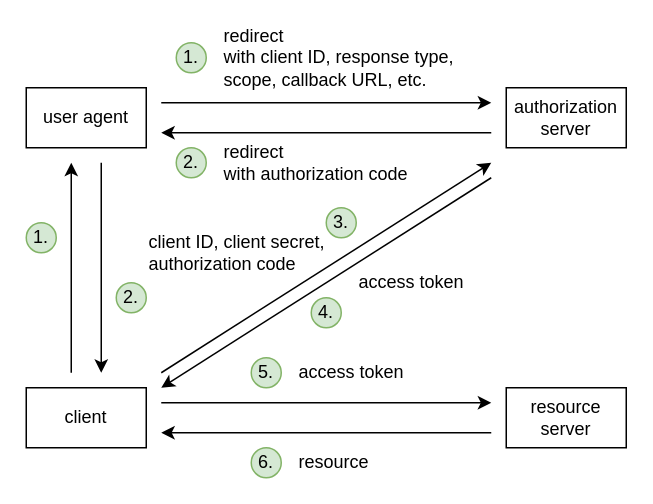
The draw.io diagram The Web/static/oauthacf.drawio in sistembeyimiz-001/code-web, before the edit. Source tidied: cells renumbered, new cells numbered last; positions are measured from the earlier drawing's top-left corner, leaving out a move shared by most shapes. Both pictures are drawn from the tidied source at 150%, with x=0, y=0 at pixel (26, 27).
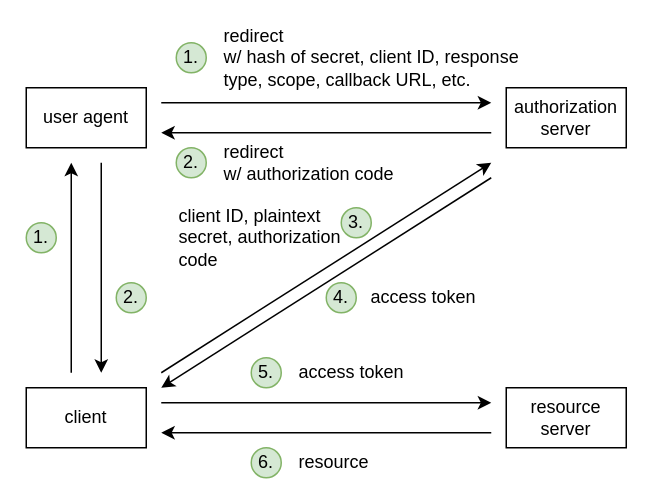
The same page after the edit.

What changed in the source:
```diff
@@
-    <mxCell id="10" value="redirect&lt;br&gt;with client ID, response type, scope, callback URL, etc." style="text;html=1;strokeColor=none;fillColor=none;align=left;verticalAlign=middle;whiteSpace=wrap;rounded=0;" parent="1" vertex="1">
-      <mxGeometry x="130" width="165" height="40" as="geometry" />
+    <mxCell id="10" value="redirect&lt;br&gt;w/ hash of secret, client ID, response type, scope, callback URL, etc." style="text;html=1;strokeColor=none;fillColor=none;align=left;verticalAlign=middle;whiteSpace=wrap;rounded=0;" parent="1" vertex="1">
+      <mxGeometry x="130" width="210" height="40" as="geometry" />
     </mxCell>
@@
-    <mxCell id="12" value="redirect&lt;br&gt;with&amp;nbsp;authorization code" style="text;html=1;strokeColor=none;fillColor=none;align=left;verticalAlign=middle;whiteSpace=wrap;rounded=0;" parent="1" vertex="1">
+    <mxCell id="12" value="redirect&lt;br&gt;w/ authorization code" style="text;html=1;strokeColor=none;fillColor=none;align=left;verticalAlign=middle;whiteSpace=wrap;rounded=0;" parent="1" vertex="1">
       <mxGeometry x="130" y="75" width="140" height="30" as="geometry" />
     </mxCell>
@@
-    <mxCell id="17" value="client ID, client secret, authorization code" style="text;html=1;strokeColor=none;fillColor=none;align=left;verticalAlign=middle;whiteSpace=wrap;rounded=0;" parent="1" vertex="1">
-      <mxGeometry x="80" y="140" width="120" height="20" as="geometry" />
+    <mxCell id="17" value="client ID, plaintext secret, authorization code" style="text;html=1;strokeColor=none;fillColor=none;align=left;verticalAlign=middle;whiteSpace=wrap;rounded=0;" parent="1" vertex="1">
+      <mxGeometry x="100" y="120" width="120" height="40" as="geometry" />
     </mxCell>
@@
     <mxCell id="19" value="3." style="ellipse;whiteSpace=wrap;html=1;fillColor=#d5e8d4;strokeColor=#82b366;" parent="1" vertex="1">
-      <mxGeometry x="200" y="120" width="20" height="20" as="geometry" />
+      <mxGeometry x="210" y="120" width="20" height="20" as="geometry" />
     </mxCell>
     <mxCell id="20" value="access token" style="text;html=1;strokeColor=none;fillColor=none;align=left;verticalAlign=middle;whiteSpace=wrap;rounded=0;" parent="1" vertex="1">
-      <mxGeometry x="220" y="160" width="75" height="20" as="geometry" />
+      <mxGeometry x="228" y="170" width="75" height="20" as="geometry" />
     </mxCell>
     <mxCell id="21" value="4." style="ellipse;whiteSpace=wrap;html=1;fillColor=#d5e8d4;strokeColor=#82b366;" parent="1" vertex="1">
-      <mxGeometry x="190" y="180" width="20" height="20" as="geometry" />
+      <mxGeometry x="200" y="170" width="20" height="20" as="geometry" />
     </mxCell>
```
